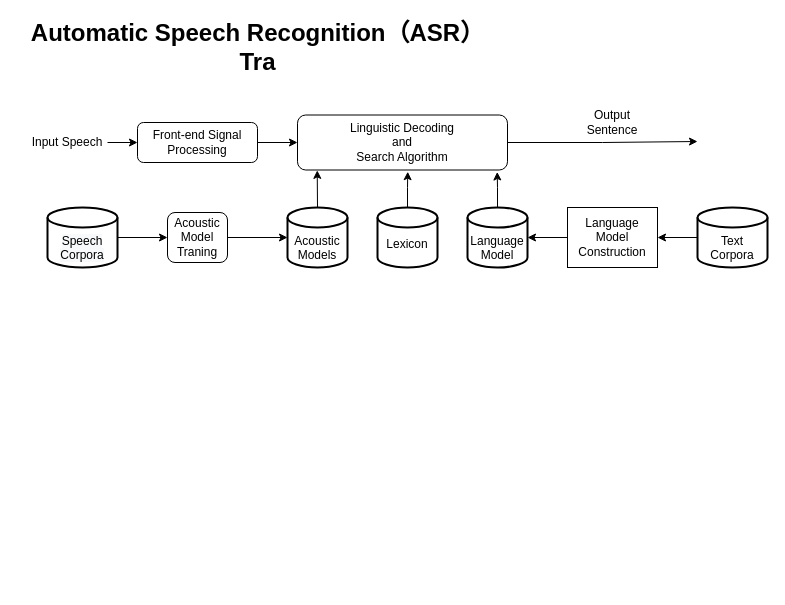
Before: Untitled Diagram.drawio in NorthQF/EddieFlowchart, a draw.io diagram. Source tidied: cells renumbered, new cells numbered last; positions are measured from the earlier drawing's top-left corner, leaving out a move shared by most shapes. Both pictures are drawn from the tidied source at 100%, with x=0, y=0 at pixel (17, 27).
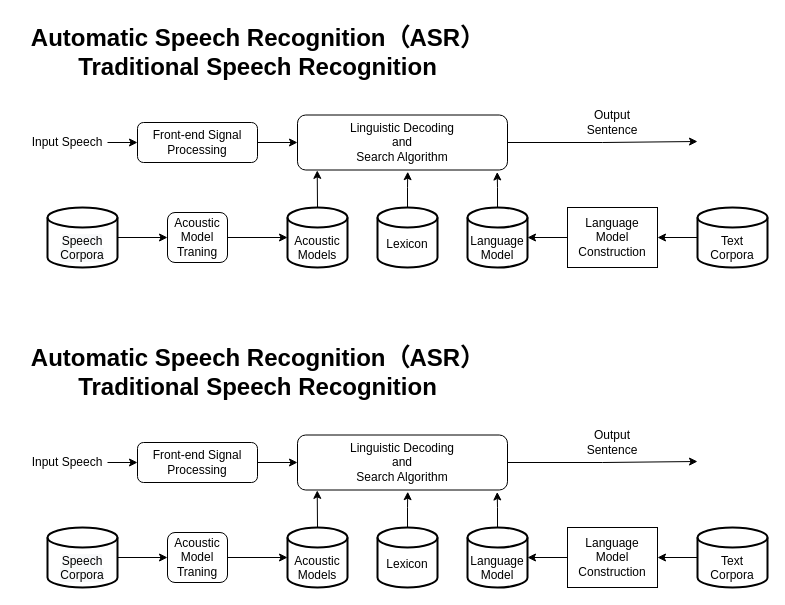
The same page after the edit.

What changed in the source:
```diff
@@
-    <mxCell id="33" value="Automatic Speech Recognition（ASR）&lt;br&gt;Tra" style="text;strokeColor=none;fillColor=none;html=1;fontSize=24;fontStyle=1;verticalAlign=middle;align=center;" parent="1" vertex="1">
-      <mxGeometry width="480" height="40" as="geometry" />
+    <mxCell id="33" value="Automatic Speech Recognition（ASR）&lt;br&gt;Traditional Speech Recognition" style="text;strokeColor=none;fillColor=none;html=1;fontSize=24;fontStyle=1;verticalAlign=middle;align=center;" parent="1" vertex="1">
+      <mxGeometry y="-10" width="480" height="70" as="geometry" />
     </mxCell>
+    <mxCell id="34" style="edgeStyle=orthogonalEdgeStyle;rounded=0;jettySize=auto;html=1;exitX=1;exitY=0.5;exitDx=0;exitDy=0;" parent="1" edge="1" source="35" target="37">
+      <mxGeometry relative="1" as="geometry" />
+    </mxCell>
+    <mxCell id="35" value="Input Speech" style="text;html=1;strokeColor=none;fillColor=none;align=center;verticalAlign=middle;whiteSpace=wrap;rounded=0;" parent="1" vertex="1">
+      <mxGeometry x="10" y="420" width="80" height="30" as="geometry" />
+    </mxCell>
+    <mxCell id="36" style="edgeStyle=orthogonalEdgeStyle;rounded=0;jettySize=auto;html=1;exitX=1;exitY=0.5;exitDx=0;exitDy=0;entryX=0;entryY=0.5;entryDx=0;entryDy=0;" parent="1" edge="1" source="37" target="39">
+      <mxGeometry relative="1" as="geometry" />
+    </mxCell>
+    <mxCell id="37" value="Front-end Signal Processing" style="rounded=1;whiteSpace=wrap;html=1;fontSize=12;glass=0;strokeWidth=1;shadow=0;" parent="1" vertex="1">
+      <mxGeometry x="120" y="415" width="120" height="40" as="geometry" />
+    </mxCell>
+    <mxCell id="38" style="edgeStyle=orthogonalEdgeStyle;rounded=0;jettySize=auto;html=1;exitX=1;exitY=0.5;exitDx=0;exitDy=0;" parent="1" edge="1" source="39">
+      <mxGeometry relative="1" as="geometry">
+        <mxPoint x="680" y="434" as="targetPoint" />
+      </mxGeometry>
+    </mxCell>
+    <mxCell id="39" value="Linguistic Decoding&lt;br&gt;and&lt;br&gt;Search Algorithm" style="rounded=1;whiteSpace=wrap;html=1;fontSize=12;glass=0;strokeWidth=1;shadow=0;" parent="1" vertex="1">
+      <mxGeometry x="280" y="407.5" width="210" height="55" as="geometry" />
+    </mxCell>
+    <mxCell id="40" value="Output&lt;br&gt;Sentence" style="text;html=1;strokeColor=none;fillColor=none;align=center;verticalAlign=middle;whiteSpace=wrap;rounded=0;" parent="1" vertex="1">
+      <mxGeometry x="560" y="400" width="70" height="30" as="geometry" />
+    </mxCell>
+    <mxCell id="41" style="edgeStyle=orthogonalEdgeStyle;rounded=0;jettySize=auto;html=1;exitX=1;exitY=0.5;exitDx=0;exitDy=0;entryX=0;entryY=0.25;entryDx=0;entryDy=0;" parent="1" edge="1" source="42" target="48">
+      <mxGeometry relative="1" as="geometry" />
+    </mxCell>
+    <mxCell id="42" value="&lt;span style=&quot;font-family: &amp;#34;helvetica&amp;#34;&quot;&gt;Acoustic Model Traning&lt;/span&gt;" style="rounded=1;whiteSpace=wrap;html=1;fontSize=12;glass=0;strokeWidth=1;shadow=0;" parent="1" vertex="1">
+      <mxGeometry x="150" y="505" width="60" height="50" as="geometry" />
+    </mxCell>
+    <mxCell id="43" style="group;" parent="1" vertex="1">
+      <mxGeometry x="30" y="500" width="70" height="60" as="geometry" />
+    </mxCell>
+    <mxCell id="44" style="strokeWidth=2;html=1;shape=mxgraph.flowchart.database;whiteSpace=wrap;" parent="43" vertex="1">
+      <mxGeometry width="70" height="60" as="geometry" />
+    </mxCell>
+    <mxCell id="45" value="&lt;span style=&quot;color: rgb(0, 0, 0); font-family: helvetica; font-size: 12px; font-style: normal; font-weight: 400; letter-spacing: normal; text-indent: 0px; text-transform: none; word-spacing: 0px; background-color: rgb(248, 249, 250); display: inline; float: none;&quot;&gt;Speech&lt;/span&gt;&lt;br style=&quot;color: rgb(0, 0, 0); font-family: helvetica; font-size: 12px; font-style: normal; font-weight: 400; letter-spacing: normal; text-indent: 0px; text-transform: none; word-spacing: 0px; background-color: rgb(248, 249, 250);&quot;&gt;&lt;span style=&quot;color: rgb(0, 0, 0); font-family: helvetica; font-size: 12px; font-style: normal; font-weight: 400; letter-spacing: normal; text-indent: 0px; text-transform: none; word-spacing: 0px; background-color: rgb(248, 249, 250); display: inline; float: none;&quot;&gt;Corpora&lt;/span&gt;" style="text;whiteSpace=wrap;html=1;align=center;" parent="43" vertex="1">
+      <mxGeometry y="20" width="70" height="40" as="geometry" />
+    </mxCell>
+    <mxCell id="46" style="group;" parent="1" vertex="1">
+      <mxGeometry x="270" y="500" width="60" height="60" as="geometry" />
+    </mxCell>
+    <mxCell id="47" style="strokeWidth=2;html=1;shape=mxgraph.flowchart.database;whiteSpace=wrap;" parent="46" vertex="1">
+      <mxGeometry width="60" height="60" as="geometry" />
+    </mxCell>
+    <mxCell id="48" value="&lt;span style=&quot;font-family: &amp;#34;helvetica&amp;#34;&quot;&gt;Acoustic Models&lt;/span&gt;" style="text;whiteSpace=wrap;html=1;align=center;" parent="46" vertex="1">
+      <mxGeometry y="20" width="60" height="40" as="geometry" />
+    </mxCell>
+    <mxCell id="49" style="edgeStyle=orthogonalEdgeStyle;rounded=0;jettySize=auto;html=1;exitX=1;exitY=0.25;exitDx=0;exitDy=0;entryX=0;entryY=0.5;entryDx=0;entryDy=0;" parent="1" edge="1" source="45" target="42">
+      <mxGeometry relative="1" as="geometry" />
+    </mxCell>
+    <mxCell id="50" style="group;" parent="1" vertex="1">
+      <mxGeometry x="360" y="500" width="60" height="60" as="geometry" />
+    </mxCell>
+    <mxCell id="51" style="strokeWidth=2;html=1;shape=mxgraph.flowchart.database;whiteSpace=wrap;" parent="50" vertex="1">
+      <mxGeometry width="60" height="60" as="geometry" />
+    </mxCell>
+    <mxCell id="52" value="&lt;span style=&quot;font-family: &amp;#34;helvetica&amp;#34;&quot;&gt;Lexicon&lt;/span&gt;" style="text;whiteSpace=wrap;html=1;align=center;" parent="50" vertex="1">
+      <mxGeometry y="23" width="60" height="30" as="geometry" />
+    </mxCell>
+    <mxCell id="53" style="group;" parent="1" vertex="1">
+      <mxGeometry x="450" y="500" width="60" height="60" as="geometry" />
+    </mxCell>
+    <mxCell id="54" style="strokeWidth=2;html=1;shape=mxgraph.flowchart.database;whiteSpace=wrap;" parent="53" vertex="1">
+      <mxGeometry width="60" height="60" as="geometry" />
+    </mxCell>
+    <mxCell id="55" value="&lt;span style=&quot;font-family: &amp;#34;helvetica&amp;#34;&quot;&gt;Language&lt;br&gt;Model&lt;/span&gt;" style="text;whiteSpace=wrap;html=1;align=center;" parent="53" vertex="1">
+      <mxGeometry y="20" width="60" height="40" as="geometry" />
+    </mxCell>
+    <mxCell id="56" style="edgeStyle=orthogonalEdgeStyle;rounded=0;jettySize=auto;html=1;exitX=0;exitY=0.5;exitDx=0;exitDy=0;entryX=1;entryY=0.25;entryDx=0;entryDy=0;" parent="1" edge="1" source="57" target="55">
+      <mxGeometry relative="1" as="geometry" />
+    </mxCell>
+    <mxCell id="57" value="Language&lt;br&gt;Model&lt;br&gt;Construction" style="rounded=0;whiteSpace=wrap;html=1;" parent="1" vertex="1">
+      <mxGeometry x="550" y="500" width="90" height="60" as="geometry" />
+    </mxCell>
+    <mxCell id="58" style="group;" parent="1" vertex="1">
+      <mxGeometry x="680" y="500" width="70" height="60" as="geometry" />
+    </mxCell>
+    <mxCell id="59" style="strokeWidth=2;html=1;shape=mxgraph.flowchart.database;whiteSpace=wrap;" parent="58" vertex="1">
+      <mxGeometry width="70" height="60" as="geometry" />
+    </mxCell>
+    <mxCell id="60" value="&lt;font face=&quot;helvetica&quot;&gt;Text&lt;br&gt;&lt;/font&gt;Corpora" style="text;whiteSpace=wrap;html=1;align=center;" parent="58" vertex="1">
+      <mxGeometry y="20" width="70" height="40" as="geometry" />
+    </mxCell>
+    <mxCell id="61" style="edgeStyle=orthogonalEdgeStyle;rounded=0;jettySize=auto;html=1;exitX=0.5;exitY=0;exitDx=0;exitDy=0;exitPerimeter=0;entryX=0.094;entryY=1.007;entryDx=0;entryDy=0;entryPerimeter=0;" parent="1" edge="1" source="47" target="39">
+      <mxGeometry relative="1" as="geometry" />
+    </mxCell>
+    <mxCell id="62" style="edgeStyle=orthogonalEdgeStyle;rounded=0;jettySize=auto;html=1;entryX=0.525;entryY=1.031;entryDx=0;entryDy=0;entryPerimeter=0;" parent="1" edge="1" source="51" target="39">
+      <mxGeometry relative="1" as="geometry" />
+    </mxCell>
+    <mxCell id="63" style="edgeStyle=orthogonalEdgeStyle;rounded=0;jettySize=auto;html=1;entryX=0.951;entryY=1.036;entryDx=0;entryDy=0;entryPerimeter=0;" parent="1" edge="1" source="54" target="39">
+      <mxGeometry relative="1" as="geometry" />
+    </mxCell>
+    <mxCell id="64" style="edgeStyle=orthogonalEdgeStyle;rounded=0;jettySize=auto;html=1;exitX=0;exitY=0.25;exitDx=0;exitDy=0;entryX=1;entryY=0.5;entryDx=0;entryDy=0;" parent="1" edge="1" source="60" target="57">
+      <mxGeometry relative="1" as="geometry" />
+    </mxCell>
+    <mxCell id="65" value="Automatic Speech Recognition（ASR）&lt;br&gt;Traditional Speech Recognition" style="text;strokeColor=none;fillColor=none;html=1;fontSize=24;fontStyle=1;verticalAlign=middle;align=center;" parent="1" vertex="1">
+      <mxGeometry y="310" width="480" height="70" as="geometry" />
+    </mxCell>
```
